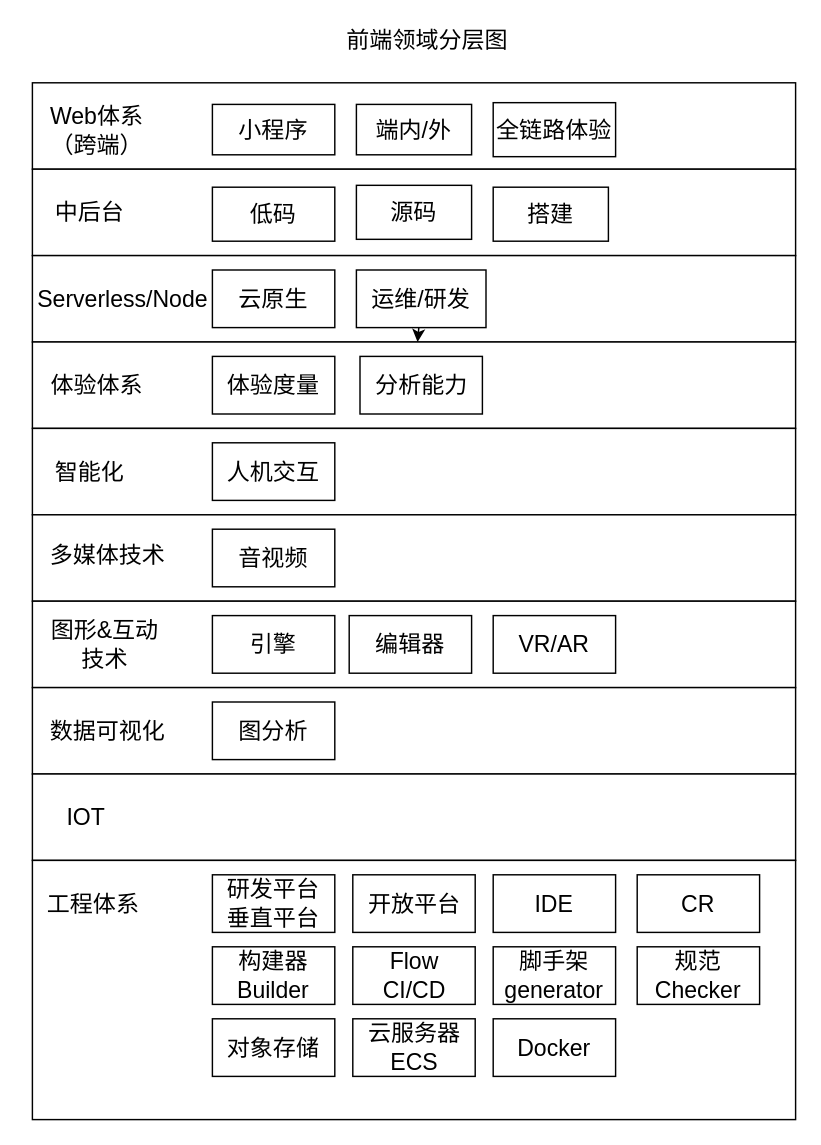
Above: public/zh-cn/personal-grow/tech-model.drawio in XingMXTeam/maoxunxing.com (draw.io), before the change. Source tidied: cells renumbered, new cells numbered last; positions are measured from the earlier drawing's top-left corner, leaving out a move shared by most shapes. Both pictures are drawn from the tidied source at 144%, with x=0, y=0 at pixel (24, 24).
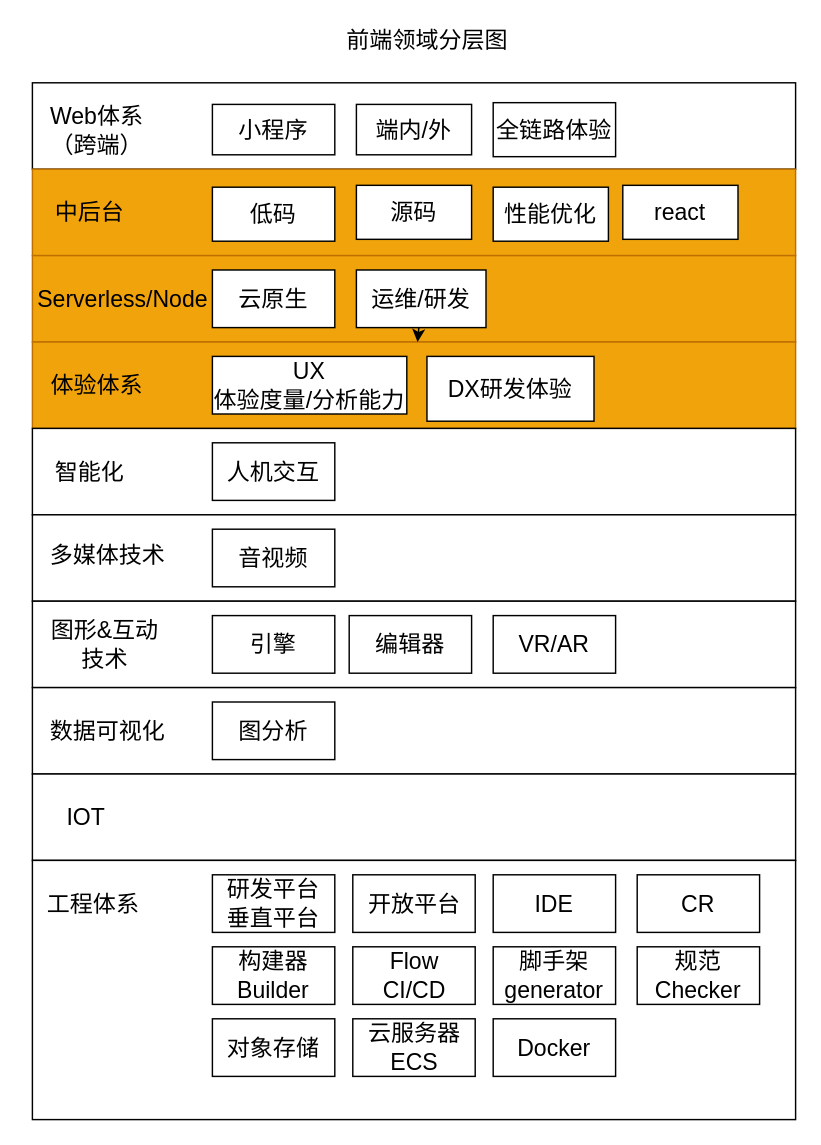
After the change.

The edit, as a diff of the source:
```diff
@@
-    <mxCell id="5" style="rounded=0;whiteSpace=wrap;html=1;" parent="1" vertex="1">
+    <mxCell id="5" style="rounded=0;whiteSpace=wrap;html=1;fillColor=#f0a30a;fontColor=#000000;strokeColor=#BD7000;" parent="1" vertex="1">
       <mxGeometry x="5" y="100" width="530" height="60" as="geometry" />
     </mxCell>
-    <mxCell id="6" style="rounded=0;whiteSpace=wrap;html=1;" parent="1" vertex="1">
+    <mxCell id="6" style="rounded=0;whiteSpace=wrap;html=1;fillColor=#f0a30a;fontColor=#000000;strokeColor=#BD7000;" parent="1" vertex="1">
       <mxGeometry x="5" y="160" width="530" height="60" as="geometry" />
     </mxCell>
-    <mxCell id="7" style="rounded=0;whiteSpace=wrap;html=1;" parent="1" vertex="1">
+    <mxCell id="7" style="rounded=0;whiteSpace=wrap;html=1;fillColor=#f0a30a;fontColor=#000000;strokeColor=#BD7000;" parent="1" vertex="1">
       <mxGeometry x="5" y="220" width="530" height="60" as="geometry" />
     </mxCell>
@@
-    <mxCell id="27" value="体验度量" style="rounded=0;whiteSpace=wrap;html=1;fontSize=16;" parent="1" vertex="1">
-      <mxGeometry x="130" y="230" width="85" height="40" as="geometry" />
+    <mxCell id="27" value="UX&lt;br&gt;体验度量/分析能力" style="rounded=0;whiteSpace=wrap;html=1;fontSize=16;" parent="1" vertex="1">
+      <mxGeometry x="130" y="230" width="135" height="40" as="geometry" />
     </mxCell>
-    <mxCell id="28" value="分析能力" style="rounded=0;whiteSpace=wrap;html=1;fontSize=16;" parent="1" vertex="1">
-      <mxGeometry x="232.5" y="230" width="85" height="40" as="geometry" />
+    <mxCell id="28" value="DX研发体验" style="rounded=0;whiteSpace=wrap;html=1;fontSize=16;" parent="1" vertex="1">
+      <mxGeometry x="279" y="230" width="116" height="45" as="geometry" />
     </mxCell>
@@
-    <mxCell id="50" value="搭建" style="rounded=0;whiteSpace=wrap;html=1;fontSize=16;" parent="1" vertex="1">
+    <mxCell id="50" value="性能优化" style="rounded=0;whiteSpace=wrap;html=1;fontSize=16;" parent="1" vertex="1">
       <mxGeometry x="325" y="112.5" width="80" height="37.5" as="geometry" />
     </mxCell>
+    <mxCell id="51" value="react" style="rounded=0;whiteSpace=wrap;html=1;fontSize=16;" parent="1" vertex="1">
+      <mxGeometry x="415" y="111.2" width="80" height="37.5" as="geometry" />
+    </mxCell>
```
